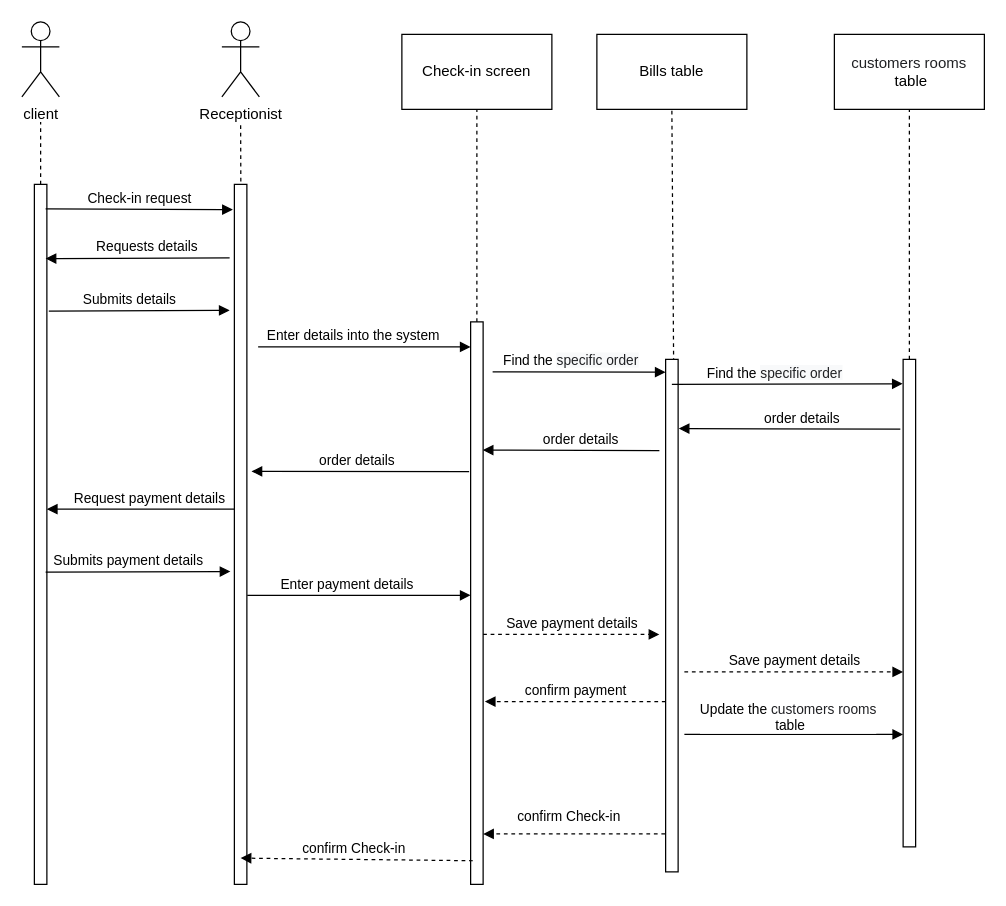
Above: הכנה לפרוייקט גמר/drowio/צאק אין פלוו מעודכן.drawio in MaorShtern/LHOTEL (draw.io), before the change. Source tidied: cells renumbered, new cells numbered last; positions are measured from the earlier drawing's top-left corner, leaving out a move shared by most shapes. Both pictures are drawn from the tidied source at 125%, with x=0, y=0 at pixel (21, 21).
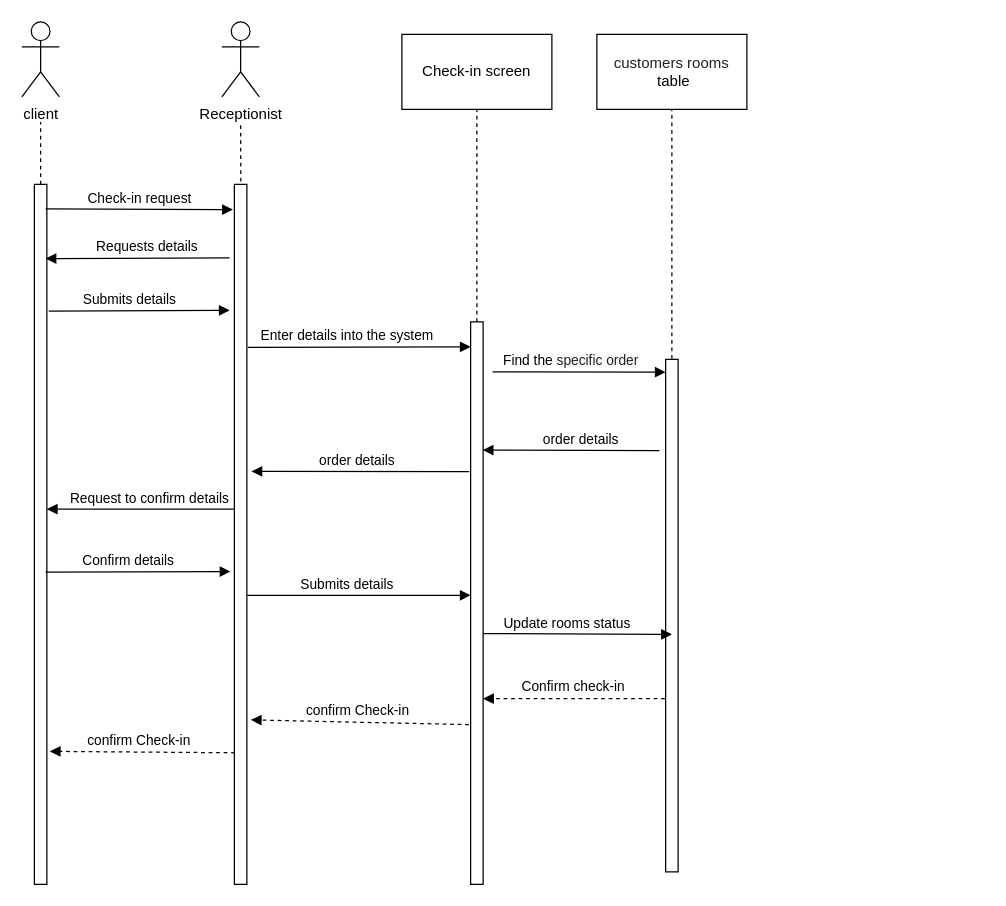
The same diagram, later.

The change refers to these unchanged cells:
```xml
<mxCell id="12" style="html=1;points=[];perimeter=orthogonalPerimeter;" parent="1" vertex="1">
  <mxGeometry x="10" y="130" width="10" height="560" as="geometry" />
</mxCell>
<mxCell id="13" style="html=1;points=[];perimeter=orthogonalPerimeter;" parent="1" vertex="1">
  <mxGeometry x="170" y="130" width="10" height="560" as="geometry" />
</mxCell>
<mxCell id="21" style="html=1;points=[];perimeter=orthogonalPerimeter;" parent="1" vertex="1">
  <mxGeometry x="359" y="240" width="10" height="450" as="geometry" />
</mxCell>
<mxCell id="22" style="html=1;points=[];perimeter=orthogonalPerimeter;" parent="1" vertex="1">
  <mxGeometry x="515" y="270" width="10" height="410" as="geometry" />
</mxCell>
```

What changed in the source:
```diff
@@
-    <mxCell id="5" value="Bills table" style="rounded=0;whiteSpace=wrap;html=1;" parent="1" vertex="1">
+    <mxCell id="5" value="&lt;span style=&quot;color: rgb(32, 33, 36); font-family: arial, sans-serif; text-align: start; background-color: rgb(255, 255, 255);&quot;&gt;customers rooms&lt;br&gt;&lt;/span&gt;&amp;nbsp;table" style="rounded=0;whiteSpace=wrap;html=1;" parent="1" vertex="1">
       <mxGeometry x="460" y="10" width="120" height="60" as="geometry" />
     </mxCell>
-    <mxCell id="6" value="&lt;font style=&quot;font-size: 12px;&quot;&gt;&lt;span style=&quot;color: rgb(32, 33, 36); font-family: arial, sans-serif; text-align: start; background-color: rgb(255, 255, 255);&quot;&gt;&lt;font style=&quot;&quot;&gt;customers rooms&lt;br&gt;&lt;/font&gt;&lt;/span&gt;&amp;nbsp;&lt;/font&gt;table" style="rounded=0;whiteSpace=wrap;html=1;" parent="1" vertex="1">
-      <mxGeometry x="650" y="10" width="120" height="60" as="geometry" />
-    </mxCell>
-    <mxCell id="7" style="endArrow=none;dashed=1;html=1;rounded=0;entryX=0.5;entryY=1;entryDx=0;entryDy=0;" parent="1" edge="1" target="6">
-      <mxGeometry relative="1" as="geometry">
-        <mxPoint x="710" y="510" as="sourcePoint" />
-      </mxGeometry>
-    </mxCell>
-    <mxCell id="8" style="endArrow=none;dashed=1;html=1;rounded=0;entryX=0.5;entryY=1;entryDx=0;entryDy=0;exitX=0.64;exitY=0.005;exitDx=0;exitDy=0;exitPerimeter=0;" parent="1" edge="1" source="22" target="5">
+    <mxCell id="8" style="endArrow=none;dashed=1;html=1;rounded=0;entryX=0.5;entryY=1;entryDx=0;entryDy=0;exitX=0.5;exitY=-0.001;exitDx=0;exitDy=0;exitPerimeter=0;" parent="1" edge="1" source="22" target="5">
       <mxGeometry relative="1" as="geometry" />
     </mxCell>
@@
-    <mxCell id="15" value="Enter payment details" style="html=1;verticalAlign=bottom;endArrow=block;rounded=0;exitX=1.028;exitY=0.587;exitDx=0;exitDy=0;exitPerimeter=0;" parent="1" edge="1" source="13" target="21">
+    <mxCell id="15" value="Submits details" style="html=1;verticalAlign=bottom;endArrow=block;rounded=0;exitX=1.028;exitY=0.587;exitDx=0;exitDy=0;exitPerimeter=0;" parent="1" edge="1" source="13" target="21">
       <mxGeometry x="-0.11" relative="1" as="geometry" />
     </mxCell>
@@
-    <mxCell id="18" value="Enter details into the system" style="html=1;verticalAlign=bottom;endArrow=block;rounded=0;" parent="1" edge="1">
+    <mxCell id="18" value="Enter details into the system" style="html=1;verticalAlign=bottom;endArrow=block;rounded=0;exitX=1.08;exitY=0.233;exitDx=0;exitDy=0;exitPerimeter=0;" parent="1" edge="1" source="13">
       <mxGeometry x="-0.11" relative="1" as="geometry">
-        <mxPoint x="189" y="260" as="sourcePoint" />
         <mxPoint x="359" y="260" as="targetPoint" />
       </mxGeometry>
     </mxCell>
@@
-    <mxCell id="23" style="html=1;points=[];perimeter=orthogonalPerimeter;" parent="1" vertex="1">
-      <mxGeometry x="705" y="270" width="10" height="390" as="geometry" />
-    </mxCell>
-    <mxCell id="24" value="Request payment details" style="html=1;verticalAlign=bottom;endArrow=block;rounded=0;exitX=0.004;exitY=0.464;exitDx=0;exitDy=0;exitPerimeter=0;" parent="1" edge="1" source="13" target="12">
+    <mxCell id="24" value="Request to confirm details" style="html=1;verticalAlign=bottom;endArrow=block;rounded=0;exitX=0.004;exitY=0.464;exitDx=0;exitDy=0;exitPerimeter=0;" parent="1" edge="1" source="13" target="12">
       <mxGeometry x="-0.09" relative="1" as="geometry" />
     </mxCell>
@@
-    <mxCell id="26" value="Submits payment details" style="html=1;verticalAlign=bottom;endArrow=block;rounded=0;exitX=0.9;exitY=0.554;exitDx=0;exitDy=0;exitPerimeter=0;entryX=-0.316;entryY=0.553;entryDx=0;entryDy=0;entryPerimeter=0;" parent="1" edge="1" source="12" target="13">
+    <mxCell id="26" value="Confirm details" style="html=1;verticalAlign=bottom;endArrow=block;rounded=0;exitX=0.9;exitY=0.554;exitDx=0;exitDy=0;exitPerimeter=0;entryX=-0.316;entryY=0.553;entryDx=0;entryDy=0;entryPerimeter=0;" parent="1" edge="1" source="12" target="13">
       <mxGeometry x="-0.11" relative="1" as="geometry" />
     </mxCell>
-    <mxCell id="27" value="Save payment details" style="html=1;verticalAlign=bottom;endArrow=block;rounded=0;dashed=1;" parent="1" edge="1" source="21">
-      <mxGeometry relative="1" as="geometry">
-        <mxPoint x="510" y="490" as="targetPoint" />
-      </mxGeometry>
-    </mxCell>
+    <mxCell id="29" value="confirm Check-in&amp;nbsp;" style="html=1;verticalAlign=bottom;endArrow=block;rounded=0;dashed=1;exitX=-0.14;exitY=0.716;exitDx=0;exitDy=0;exitPerimeter=0;entryX=1.32;entryY=0.765;entryDx=0;entryDy=0;entryPerimeter=0;" parent="1" edge="1" source="21" target="13">
+      <mxGeometry x="0.01" relative="1" as="geometry" />
+    </mxCell>
-    <mxCell id="28" value="confirm payment" style="html=1;verticalAlign=bottom;endArrow=block;rounded=0;dashed=1;entryX=1.136;entryY=0.675;entryDx=0;entryDy=0;entryPerimeter=0;" parent="1" edge="1" source="22" target="21">
-      <mxGeometry x="-0.01" relative="1" as="geometry" />
+    <mxCell id="28" value="Confirm check-in" style="html=1;verticalAlign=bottom;endArrow=block;rounded=0;dashed=1;exitX=-0.06;exitY=0.662;exitDx=0;exitDy=0;exitPerimeter=0;" parent="1" edge="1" source="22" target="21">
+      <mxGeometry relative="1" as="geometry" />
     </mxCell>
-    <mxCell id="29" value="confirm Check-in&amp;nbsp;" style="html=1;verticalAlign=bottom;endArrow=block;rounded=0;dashed=1;exitX=0.176;exitY=0.958;exitDx=0;exitDy=0;exitPerimeter=0;" parent="1" edge="1" source="21">
-      <mxGeometry x="0.01" relative="1" as="geometry">
-        <mxPoint x="175" y="669" as="targetPoint" />
-      </mxGeometry>
-    </mxCell>
-    <mxCell id="30" value="confirm Check-in&amp;nbsp;" style="html=1;verticalAlign=bottom;endArrow=block;rounded=0;dashed=1;exitX=-0.04;exitY=0.926;exitDx=0;exitDy=0;exitPerimeter=0;" parent="1" edge="1" source="22" target="21">
-      <mxGeometry x="0.04" y="-5" relative="1" as="geometry" />
+    <mxCell id="30" value="confirm Check-in&amp;nbsp;" style="html=1;verticalAlign=bottom;endArrow=block;rounded=0;dashed=1;entryX=1.24;entryY=0.81;entryDx=0;entryDy=0;entryPerimeter=0;exitX=0.04;exitY=0.812;exitDx=0;exitDy=0;exitPerimeter=0;" parent="1" edge="1" source="13" target="12">
+      <mxGeometry x="0.01" relative="1" as="geometry" />
     </mxCell>
-    <mxCell id="31" value="Save payment details" style="html=1;verticalAlign=bottom;endArrow=block;rounded=0;dashed=1;" parent="1" edge="1" target="23">
-      <mxGeometry relative="1" as="geometry">
-        <mxPoint x="530" y="520" as="sourcePoint" />
-      </mxGeometry>
-    </mxCell>
-    <mxCell id="32" value="Update the&amp;nbsp;&lt;span style=&quot;color: rgb(32, 33, 36); font-family: arial, sans-serif; text-align: start;&quot;&gt;&lt;font style=&quot;font-size: 11px;&quot;&gt;customers rooms&lt;/font&gt;&lt;/span&gt;&lt;br&gt;&amp;nbsp;table" style="html=1;verticalAlign=bottom;endArrow=block;rounded=0;" parent="1" edge="1" target="23">
-      <mxGeometry x="-0.05" y="-2" relative="1" as="geometry">
-        <mxPoint x="530" y="570" as="sourcePoint" />
-      </mxGeometry>
-    </mxCell>
-    <mxCell id="33" value="Find the&amp;nbsp;&lt;span style=&quot;background-color: rgb(248, 249, 250); color: rgb(32, 33, 36); font-family: inherit; text-align: left;&quot;&gt;&lt;font style=&quot;font-size: 11px;&quot;&gt;specific order&lt;/font&gt;&lt;/span&gt;" style="html=1;verticalAlign=bottom;endArrow=block;rounded=0;entryX=-0.032;entryY=0.05;entryDx=0;entryDy=0;entryPerimeter=0;" parent="1" edge="1" target="23">
-      <mxGeometry x="-0.11" relative="1" as="geometry">
-        <mxPoint x="520" y="290" as="sourcePoint" />
-      </mxGeometry>
-    </mxCell>
-    <mxCell id="34" value="order details" style="html=1;verticalAlign=bottom;endArrow=block;rounded=0;exitX=-0.224;exitY=0.143;exitDx=0;exitDy=0;exitPerimeter=0;entryX=1.048;entryY=0.135;entryDx=0;entryDy=0;entryPerimeter=0;" parent="1" edge="1" source="23" target="22">
-      <mxGeometry x="-0.11" relative="1" as="geometry" />
-    </mxCell>
+    <mxCell id="35" value="Update rooms status" style="html=1;verticalAlign=bottom;endArrow=block;rounded=0;exitX=0.993;exitY=0.554;exitDx=0;exitDy=0;exitPerimeter=0;" parent="1" edge="1" source="21">
+      <mxGeometry x="-0.11" relative="1" as="geometry">
+        <mxPoint x="520" y="490" as="targetPoint" />
+      </mxGeometry>
+    </mxCell>
```
